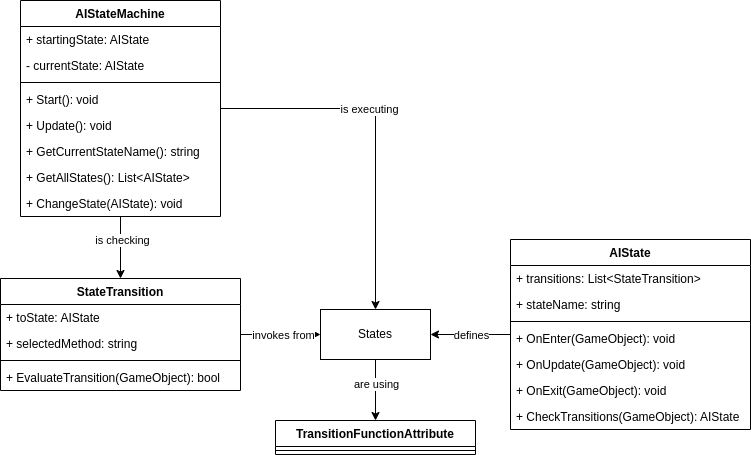
Above: Assets/ApexAISystemDiagram.drawio.png in User1Jazz/ApexAI (draw.io), before the change. Source tidied: cells renumbered, new cells last; positions are measured from the earlier drawing's top-left corner, leaving out a move shared by most shapes.
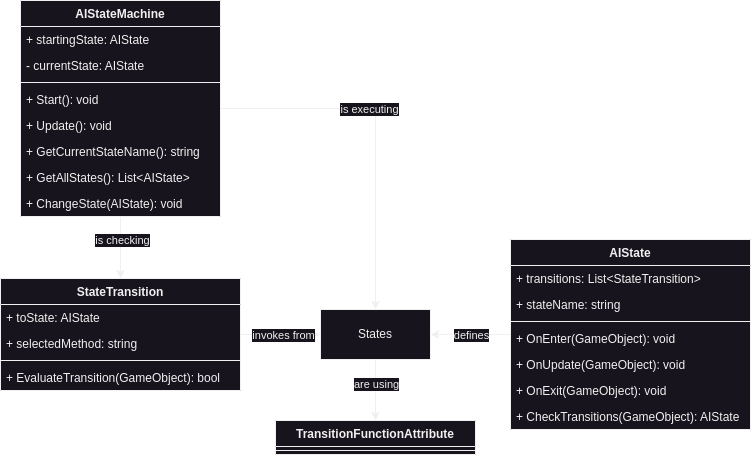
The same file after the commit.

Commit message:
Updated system diagram

What changed in the source:
```diff
@@ -10,7 +10,7 @@
         <mxPoint x="-8" y="3" as="offset" />
       </mxGeometry>
     </mxCell>
-    <mxCell id="4" value="AIState" style="swimlane;fontStyle=1;align=center;verticalAlign=top;horizontal=1;startSize=26;whiteSpace=wrap;html=1;" parent="1" vertex="1">
+    <mxCell id="4" value="AIState" style="swimlane;fontStyle=1;align=center;verticalAlign=top;horizontal=1;startSize=26;whiteSpace=wrap;html=1;swimlaneFillColor=default;" parent="1" vertex="1">
       <mxGeometry x="510" y="239" width="240" height="190" as="geometry" />
     </mxCell>
     <mxCell id="5" value="+ transitions: List&amp;lt;StateTransition&amp;gt;" style="text;strokeColor=none;fillColor=none;align=left;verticalAlign=top;spacingLeft=4;spacingRight=4;overflow=hidden;whiteSpace=wrap;html=1;" parent="4" vertex="1">
@@ -48,7 +48,7 @@
     <mxCell id="15" value="is checking" style="edgeLabel;html=1;align=center;verticalAlign=middle;" parent="14" vertex="1">
       <mxGeometry x="-0.26" y="1" relative="1" as="geometry" />
     </mxCell>
-    <mxCell id="16" value="AIStateMachine" style="swimlane;fontStyle=1;align=center;verticalAlign=top;horizontal=1;startSize=26;whiteSpace=wrap;html=1;" parent="1" vertex="1">
+    <mxCell id="16" value="AIStateMachine" style="swimlane;fontStyle=1;align=center;verticalAlign=top;horizontal=1;startSize=26;whiteSpace=wrap;html=1;swimlaneFillColor=default;" parent="1" vertex="1">
       <mxGeometry x="20" width="200" height="216" as="geometry" />
     </mxCell>
     <mxCell id="17" value="+ startingState: AIState" style="text;strokeColor=none;fillColor=none;align=left;verticalAlign=top;spacingLeft=4;spacingRight=4;overflow=hidden;whiteSpace=wrap;html=1;" parent="16" vertex="1">
@@ -83,7 +83,7 @@
         <mxPoint x="12" y="-1" as="offset" />
       </mxGeometry>
     </mxCell>
-    <mxCell id="27" value="StateTransition" style="swimlane;fontStyle=1;align=center;verticalAlign=top;horizontal=1;startSize=26;whiteSpace=wrap;html=1;" parent="1" vertex="1">
+    <mxCell id="27" value="StateTransition" style="swimlane;fontStyle=1;align=center;verticalAlign=top;horizontal=1;startSize=26;whiteSpace=wrap;html=1;swimlaneFillColor=default;" parent="1" vertex="1">
       <mxGeometry y="278" width="240" height="112" as="geometry" />
     </mxCell>
     <mxCell id="28" value="+ toState: AIState" style="text;strokeColor=none;fillColor=none;align=left;verticalAlign=top;spacingLeft=4;spacingRight=4;overflow=hidden;whiteSpace=wrap;html=1;" parent="27" vertex="1">
@@ -98,7 +98,7 @@
     <mxCell id="31" value="+ EvaluateTransition(GameObject): bool" style="text;strokeColor=none;fillColor=none;align=left;verticalAlign=top;spacingLeft=4;spacingRight=4;overflow=hidden;whiteSpace=wrap;html=1;" parent="27" vertex="1">
       <mxGeometry y="86" width="240" height="26" as="geometry" />
     </mxCell>
-    <mxCell id="32" value="TransitionFunctionAttribute" style="swimlane;fontStyle=1;align=center;verticalAlign=top;horizontal=1;startSize=26;whiteSpace=wrap;html=1;" parent="1" vertex="1">
+    <mxCell id="32" value="TransitionFunctionAttribute" style="swimlane;fontStyle=1;align=center;verticalAlign=top;horizontal=1;startSize=26;whiteSpace=wrap;html=1;swimlaneFillColor=default;" parent="1" vertex="1">
       <mxGeometry x="275" y="420" width="200" height="34" as="geometry" />
     </mxCell>
     <mxCell id="33" style="line;strokeWidth=1;fillColor=none;align=left;verticalAlign=middle;spacingTop=-1;spacingLeft=3;spacingRight=3;labelPosition=right;strokeColor=inherit;" parent="32" vertex="1">
```
